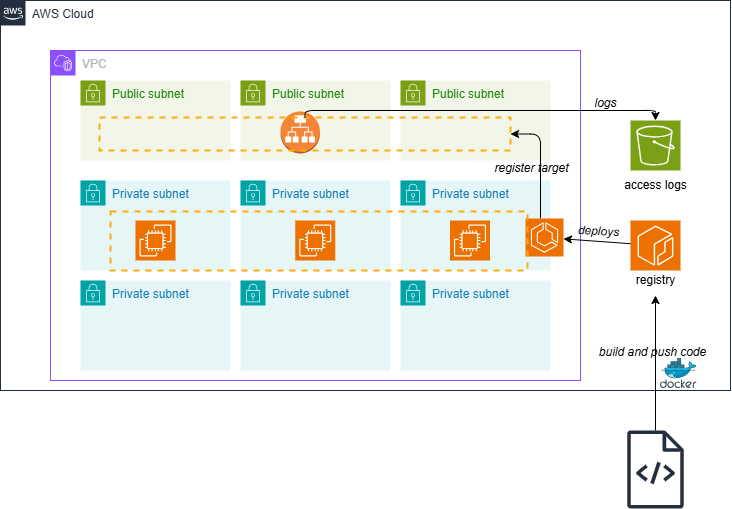
The draw.io diagram registry/app/webapp-on-ecs-asg/alb-ecs-network-service/.assets/archi.png in SamuelRoch08/interview-website, before a commit. Source tidied: cells renumbered, new cells last; positions are measured from the earlier drawing's top-left corner, leaving out a move shared by most shapes. The source it was exported from:
```xml
<mxGraphModel>
  <root>
    <mxCell id="0" />
    <mxCell id="1" parent="0" />
    <mxCell id="2" value="AWS Cloud" style="gradientColor=none;html=1;whiteSpace=wrap;fontSize=12;fontStyle=0;shape=mxgraph.aws4.group;grIcon=mxgraph.aws4.group_aws_cloud_alt;strokeColor=#232F3E;fillColor=none;verticalAlign=top;align=left;spacingLeft=30;fontColor=#232F3E;dashed=0;" parent="1" vertex="1">
      <mxGeometry width="730" height="390" as="geometry" />
    </mxCell>
    <mxCell id="3" value="VPC" style="gradientColor=none;html=1;whiteSpace=wrap;fontSize=12;fontStyle=0;shape=mxgraph.aws4.group;grIcon=mxgraph.aws4.group_vpc2;strokeColor=#8C4FFF;fillColor=none;verticalAlign=top;align=left;spacingLeft=30;fontColor=#AAB7B8;dashed=0;" parent="2" vertex="1">
      <mxGeometry x="50" y="50" width="530" height="330" as="geometry" />
    </mxCell>
    <mxCell id="4" value="Public subnet" style="gradientColor=none;html=1;whiteSpace=wrap;fontSize=12;fontStyle=0;shape=mxgraph.aws4.group;grIcon=mxgraph.aws4.group_security_group;grStroke=0;strokeColor=#7AA116;fillColor=#F2F6E8;verticalAlign=top;align=left;spacingLeft=30;fontColor=#248814;dashed=0;" parent="3" vertex="1">
      <mxGeometry x="30" y="30" width="150" height="80" as="geometry" />
    </mxCell>
    <mxCell id="5" value="Private subnet" style="gradientColor=none;html=1;whiteSpace=wrap;fontSize=12;fontStyle=0;shape=mxgraph.aws4.group;grIcon=mxgraph.aws4.group_security_group;grStroke=0;strokeColor=#00A4A6;fillColor=#E6F6F7;verticalAlign=top;align=left;spacingLeft=30;fontColor=#147EBA;dashed=0;" parent="3" vertex="1">
      <mxGeometry x="30" y="130" width="150" height="90" as="geometry" />
    </mxCell>
    <mxCell id="6" style="sketch=0;fontColor=#232F3E;fillColor=#ED7100;strokeColor=#ffffff;dashed=0;verticalLabelPosition=bottom;verticalAlign=top;align=center;html=1;fontSize=12;fontStyle=0;shape=mxgraph.aws4.resourceIcon;resIcon=mxgraph.aws4.ec2;" parent="5" vertex="1">
      <mxGeometry x="55" y="40" width="40" height="40" as="geometry" />
    </mxCell>
    <mxCell id="7" value="Private subnet" style="gradientColor=none;html=1;whiteSpace=wrap;fontSize=12;fontStyle=0;shape=mxgraph.aws4.group;grIcon=mxgraph.aws4.group_security_group;grStroke=0;strokeColor=#00A4A6;fillColor=#E6F6F7;verticalAlign=top;align=left;spacingLeft=30;fontColor=#147EBA;dashed=0;" parent="3" vertex="1">
      <mxGeometry x="30" y="230" width="150" height="90" as="geometry" />
    </mxCell>
    <mxCell id="8" value="Public subnet" style="gradientColor=none;html=1;whiteSpace=wrap;fontSize=12;fontStyle=0;shape=mxgraph.aws4.group;grIcon=mxgraph.aws4.group_security_group;grStroke=0;strokeColor=#7AA116;fillColor=#F2F6E8;verticalAlign=top;align=left;spacingLeft=30;fontColor=#248814;dashed=0;" parent="3" vertex="1">
      <mxGeometry x="190" y="30" width="150" height="80" as="geometry" />
    </mxCell>
    <mxCell id="9" value="Private subnet" style="gradientColor=none;html=1;whiteSpace=wrap;fontSize=12;fontStyle=0;shape=mxgraph.aws4.group;grIcon=mxgraph.aws4.group_security_group;grStroke=0;strokeColor=#00A4A6;fillColor=#E6F6F7;verticalAlign=top;align=left;spacingLeft=30;fontColor=#147EBA;dashed=0;" parent="3" vertex="1">
      <mxGeometry x="190" y="130" width="150" height="90" as="geometry" />
    </mxCell>
    <mxCell id="10" style="sketch=0;fontColor=#232F3E;fillColor=#ED7100;strokeColor=#ffffff;dashed=0;verticalLabelPosition=bottom;verticalAlign=top;align=center;html=1;fontSize=12;fontStyle=0;shape=mxgraph.aws4.resourceIcon;resIcon=mxgraph.aws4.ec2;" parent="9" vertex="1">
      <mxGeometry x="54.8" y="40" width="40" height="40" as="geometry" />
    </mxCell>
    <mxCell id="11" value="Private subnet" style="gradientColor=none;html=1;whiteSpace=wrap;fontSize=12;fontStyle=0;shape=mxgraph.aws4.group;grIcon=mxgraph.aws4.group_security_group;grStroke=0;strokeColor=#00A4A6;fillColor=#E6F6F7;verticalAlign=top;align=left;spacingLeft=30;fontColor=#147EBA;dashed=0;" parent="3" vertex="1">
      <mxGeometry x="190" y="230" width="150" height="90" as="geometry" />
    </mxCell>
    <mxCell id="12" value="Public subnet" style="gradientColor=none;html=1;whiteSpace=wrap;fontSize=12;fontStyle=0;shape=mxgraph.aws4.group;grIcon=mxgraph.aws4.group_security_group;grStroke=0;strokeColor=#7AA116;fillColor=#F2F6E8;verticalAlign=top;align=left;spacingLeft=30;fontColor=#248814;dashed=0;" parent="3" vertex="1">
      <mxGeometry x="350" y="30" width="150" height="80" as="geometry" />
    </mxCell>
    <mxCell id="13" value="Private subnet" style="gradientColor=none;html=1;whiteSpace=wrap;fontSize=12;fontStyle=0;shape=mxgraph.aws4.group;grIcon=mxgraph.aws4.group_security_group;grStroke=0;strokeColor=#00A4A6;fillColor=#E6F6F7;verticalAlign=top;align=left;spacingLeft=30;fontColor=#147EBA;dashed=0;" parent="3" vertex="1">
      <mxGeometry x="350" y="130" width="150" height="90" as="geometry" />
    </mxCell>
    <mxCell id="14" style="sketch=0;fontColor=#232F3E;fillColor=#ED7100;strokeColor=#ffffff;dashed=0;verticalLabelPosition=bottom;verticalAlign=top;align=center;html=1;fontSize=12;fontStyle=0;shape=mxgraph.aws4.resourceIcon;resIcon=mxgraph.aws4.ec2;" parent="13" vertex="1">
      <mxGeometry x="49.5" y="40" width="40" height="40" as="geometry" />
    </mxCell>
    <mxCell id="15" value="Private subnet" style="gradientColor=none;html=1;whiteSpace=wrap;fontSize=12;fontStyle=0;shape=mxgraph.aws4.group;grIcon=mxgraph.aws4.group_security_group;grStroke=0;strokeColor=#00A4A6;fillColor=#E6F6F7;verticalAlign=top;align=left;spacingLeft=30;fontColor=#147EBA;dashed=0;" parent="3" vertex="1">
      <mxGeometry x="350" y="230" width="150" height="90" as="geometry" />
    </mxCell>
    <mxCell id="16" style="sketch=0;points=[[0,0,0],[0.25,0,0],[0.5,0,0],[0.75,0,0],[1,0,0],[0,1,0],[0.25,1,0],[0.5,1,0],[0.75,1,0],[1,1,0],[0,0.25,0],[0,0.5,0],[0,0.75,0],[1,0.25,0],[1,0.5,0],[1,0.75,0]];outlineConnect=0;fontColor=#232F3E;fillColor=#7AA116;strokeColor=#ffffff;dashed=0;verticalLabelPosition=bottom;verticalAlign=top;align=center;html=1;fontSize=12;fontStyle=0;shape=mxgraph.aws4.resourceIcon;resIcon=mxgraph.aws4.s3;" parent="2" vertex="1">
      <mxGeometry x="630" y="120" width="50" height="50" as="geometry" />
    </mxCell>
    <mxCell id="17" value="access logs" style="text;html=1;align=center;verticalAlign=middle;strokeColor=none;fillColor=none;" parent="2" vertex="1">
      <mxGeometry x="610" y="170" width="90" height="30" as="geometry" />
    </mxCell>
    <mxCell id="18" style="sketch=0;points=[[0,0,0],[0.25,0,0],[0.5,0,0],[0.75,0,0],[1,0,0],[0,1,0],[0.25,1,0],[0.5,1,0],[0.75,1,0],[1,1,0],[0,0.25,0],[0,0.5,0],[0,0.75,0],[1,0.25,0],[1,0.5,0],[1,0.75,0]];outlineConnect=0;fontColor=#232F3E;fillColor=#ED7100;strokeColor=#ffffff;dashed=0;verticalLabelPosition=bottom;verticalAlign=top;align=center;html=1;fontSize=12;fontStyle=0;shape=mxgraph.aws4.resourceIcon;resIcon=mxgraph.aws4.ecr;" parent="2" vertex="1">
      <mxGeometry x="630" y="220" width="50" height="50" as="geometry" />
    </mxCell>
    <mxCell id="19" value="&lt;i&gt;logs&lt;/i&gt;" style="text;html=1;align=center;verticalAlign=middle;strokeColor=none;fillColor=none;" parent="2" vertex="1">
      <mxGeometry x="580" y="88" width="50" height="30" as="geometry" />
    </mxCell>
    <mxCell id="20" value="registry" style="text;html=1;align=center;verticalAlign=middle;points=[];strokeColor=none;fillColor=none;" parent="1" vertex="1">
      <mxGeometry x="625" y="265" width="60" height="30" as="geometry" />
    </mxCell>
    <mxCell id="21" value="&lt;i&gt;deploys&lt;/i&gt;" style="text;html=1;align=center;verticalAlign=middle;strokeColor=none;fillColor=none;rotation=3.1;" parent="1" vertex="1">
      <mxGeometry x="568" y="216" width="60" height="30" as="geometry" />
    </mxCell>
    <mxCell id="22" style="edgeStyle=orthogonalEdgeStyle;html=1;entryX=1;entryY=0.5;entryDx=0;entryDy=0;" parent="1" edge="1" source="23" target="26">
      <mxGeometry relative="1" as="geometry">
        <Array as="points">
          <mxPoint x="540" y="134" />
        </Array>
      </mxGeometry>
    </mxCell>
    <mxCell id="23" style="sketch=0;points=[[0,0,0],[0.25,0,0],[0.5,0,0],[0.75,0,0],[1,0,0],[0,1,0],[0.25,1,0],[0.5,1,0],[0.75,1,0],[1,1,0],[0,0.25,0],[0,0.5,0],[0,0.75,0],[1,0.25,0],[1,0.5,0],[1,0.75,0]];outlineConnect=0;fontColor=#232F3E;fillColor=#ED7100;strokeColor=#ffffff;dashed=0;verticalLabelPosition=bottom;verticalAlign=top;align=center;html=1;fontSize=12;fontStyle=0;shape=mxgraph.aws4.resourceIcon;resIcon=mxgraph.aws4.ecs;" parent="1" vertex="1">
      <mxGeometry x="525" y="218" width="38" height="38" as="geometry" />
    </mxCell>
    <mxCell id="24" style="edgeStyle=none;html=1;" parent="1" edge="1" source="18" target="23">
      <mxGeometry relative="1" as="geometry" />
    </mxCell>
    <mxCell id="25" style="dashed=0;verticalLabelPosition=bottom;verticalAlign=top;align=center;html=1;shape=mxgraph.aws3.application_load_balancer;fillColor=#F58536;gradientColor=none;" parent="1" vertex="1">
      <mxGeometry x="280" y="111" width="39.5" height="42" as="geometry" />
    </mxCell>
    <mxCell id="26" style="rounded=1;whiteSpace=wrap;html=1;fillColor=none;dashed=1;strokeColor=#FFAB0A;strokeWidth=2;arcSize=0;" parent="1" vertex="1">
      <mxGeometry x="99" y="117" width="411" height="33" as="geometry" />
    </mxCell>
    <mxCell id="27" style="rounded=1;whiteSpace=wrap;html=1;fillColor=none;dashed=1;strokeColor=#FFAB0A;strokeWidth=2;arcSize=0;" parent="1" vertex="1">
      <mxGeometry x="110" y="211" width="417" height="59" as="geometry" />
    </mxCell>
    <mxCell id="28" value="&lt;i&gt;register target&lt;/i&gt;" style="text;html=1;align=center;verticalAlign=middle;strokeColor=none;fillColor=none;" parent="1" vertex="1">
      <mxGeometry x="481" y="153" width="100" height="30" as="geometry" />
    </mxCell>
    <mxCell id="29" style="edgeStyle=orthogonalEdgeStyle;html=1;entryX=0.5;entryY=0;entryDx=0;entryDy=0;entryPerimeter=0;" parent="1" edge="1" source="26" target="16">
      <mxGeometry relative="1" as="geometry">
        <Array as="points">
          <mxPoint x="305" y="110" />
          <mxPoint x="655" y="110" />
        </Array>
      </mxGeometry>
    </mxCell>
    <mxCell id="30" style="image;sketch=0;html=1;align=center;fontSize=12;image=img/lib/mscae/Docker.svg;" parent="1" vertex="1">
      <mxGeometry x="660" y="358" width="36.6" height="30" as="geometry" />
    </mxCell>
    <mxCell id="31" style="edgeStyle=none;html=1;" parent="1" edge="1" source="32" target="20">
      <mxGeometry relative="1" as="geometry" />
    </mxCell>
    <mxCell id="32" style="sketch=0;outlineConnect=0;fontColor=#232F3E;gradientColor=none;fillColor=#232F3D;strokeColor=none;dashed=0;verticalLabelPosition=bottom;verticalAlign=top;align=center;html=1;fontSize=12;fontStyle=0;shape=mxgraph.aws4.source_code;" parent="1" vertex="1">
      <mxGeometry x="626.5" y="430" width="57" height="78" as="geometry" />
    </mxCell>
    <mxCell id="33" value="&lt;i&gt;build and push code&lt;/i&gt;" style="text;html=1;align=center;verticalAlign=middle;strokeColor=none;fillColor=none;" parent="1" vertex="1">
      <mxGeometry x="587" y="337" width="130" height="30" as="geometry" />
    </mxCell>
  </root>
</mxGraphModel>
```
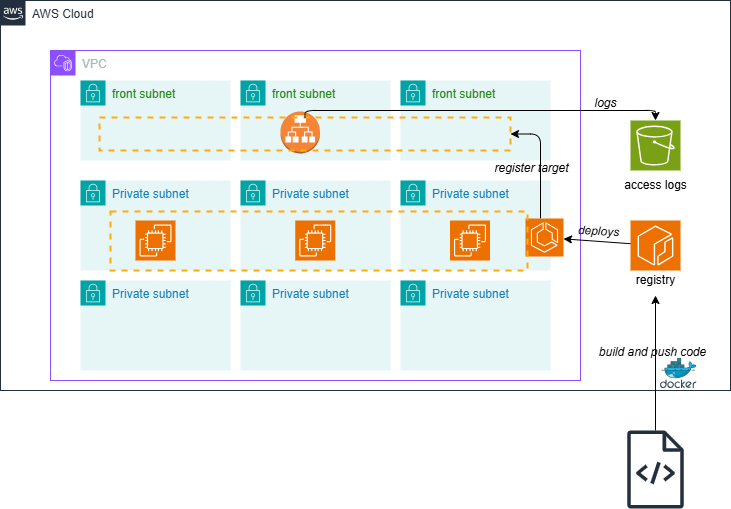
Later version of the same file.

Diff of the diagram source:
```diff
@@ -8,7 +8,7 @@
     <mxCell id="3" value="VPC" style="gradientColor=none;html=1;whiteSpace=wrap;fontSize=12;fontStyle=0;shape=mxgraph.aws4.group;grIcon=mxgraph.aws4.group_vpc2;strokeColor=#8C4FFF;fillColor=none;verticalAlign=top;align=left;spacingLeft=30;fontColor=#AAB7B8;dashed=0;" parent="2" vertex="1">
       <mxGeometry x="50" y="50" width="530" height="330" as="geometry" />
     </mxCell>
-    <mxCell id="4" value="Public subnet" style="gradientColor=none;html=1;whiteSpace=wrap;fontSize=12;fontStyle=0;shape=mxgraph.aws4.group;grIcon=mxgraph.aws4.group_security_group;grStroke=0;strokeColor=#7AA116;fillColor=#F2F6E8;verticalAlign=top;align=left;spacingLeft=30;fontColor=#248814;dashed=0;" parent="3" vertex="1">
+    <mxCell id="4" value="front subnet" style="gradientColor=none;html=1;whiteSpace=wrap;fontSize=12;fontStyle=0;shape=mxgraph.aws4.group;grIcon=mxgraph.aws4.group_security_group;grStroke=0;strokeColor=#00A4A6;fillColor=#E6F6F7;verticalAlign=top;align=left;spacingLeft=30;fontColor=#248814;dashed=0;" parent="3" vertex="1">
       <mxGeometry x="30" y="30" width="150" height="80" as="geometry" />
     </mxCell>
     <mxCell id="5" value="Private subnet" style="gradientColor=none;html=1;whiteSpace=wrap;fontSize=12;fontStyle=0;shape=mxgraph.aws4.group;grIcon=mxgraph.aws4.group_security_group;grStroke=0;strokeColor=#00A4A6;fillColor=#E6F6F7;verticalAlign=top;align=left;spacingLeft=30;fontColor=#147EBA;dashed=0;" parent="3" vertex="1">
@@ -20,7 +20,7 @@
     <mxCell id="7" value="Private subnet" style="gradientColor=none;html=1;whiteSpace=wrap;fontSize=12;fontStyle=0;shape=mxgraph.aws4.group;grIcon=mxgraph.aws4.group_security_group;grStroke=0;strokeColor=#00A4A6;fillColor=#E6F6F7;verticalAlign=top;align=left;spacingLeft=30;fontColor=#147EBA;dashed=0;" parent="3" vertex="1">
       <mxGeometry x="30" y="230" width="150" height="90" as="geometry" />
     </mxCell>
-    <mxCell id="8" value="Public subnet" style="gradientColor=none;html=1;whiteSpace=wrap;fontSize=12;fontStyle=0;shape=mxgraph.aws4.group;grIcon=mxgraph.aws4.group_security_group;grStroke=0;strokeColor=#7AA116;fillColor=#F2F6E8;verticalAlign=top;align=left;spacingLeft=30;fontColor=#248814;dashed=0;" parent="3" vertex="1">
+    <mxCell id="8" value="front subnet" style="gradientColor=none;html=1;whiteSpace=wrap;fontSize=12;fontStyle=0;shape=mxgraph.aws4.group;grIcon=mxgraph.aws4.group_security_group;grStroke=0;strokeColor=#00A4A6;fillColor=#E6F6F7;verticalAlign=top;align=left;spacingLeft=30;fontColor=#248814;dashed=0;" parent="3" vertex="1">
       <mxGeometry x="190" y="30" width="150" height="80" as="geometry" />
     </mxCell>
     <mxCell id="9" value="Private subnet" style="gradientColor=none;html=1;whiteSpace=wrap;fontSize=12;fontStyle=0;shape=mxgraph.aws4.group;grIcon=mxgraph.aws4.group_security_group;grStroke=0;strokeColor=#00A4A6;fillColor=#E6F6F7;verticalAlign=top;align=left;spacingLeft=30;fontColor=#147EBA;dashed=0;" parent="3" vertex="1">
@@ -32,7 +32,7 @@
     <mxCell id="11" value="Private subnet" style="gradientColor=none;html=1;whiteSpace=wrap;fontSize=12;fontStyle=0;shape=mxgraph.aws4.group;grIcon=mxgraph.aws4.group_security_group;grStroke=0;strokeColor=#00A4A6;fillColor=#E6F6F7;verticalAlign=top;align=left;spacingLeft=30;fontColor=#147EBA;dashed=0;" parent="3" vertex="1">
       <mxGeometry x="190" y="230" width="150" height="90" as="geometry" />
     </mxCell>
-    <mxCell id="12" value="Public subnet" style="gradientColor=none;html=1;whiteSpace=wrap;fontSize=12;fontStyle=0;shape=mxgraph.aws4.group;grIcon=mxgraph.aws4.group_security_group;grStroke=0;strokeColor=#7AA116;fillColor=#F2F6E8;verticalAlign=top;align=left;spacingLeft=30;fontColor=#248814;dashed=0;" parent="3" vertex="1">
+    <mxCell id="12" value="front subnet" style="gradientColor=none;html=1;whiteSpace=wrap;fontSize=12;fontStyle=0;shape=mxgraph.aws4.group;grIcon=mxgraph.aws4.group_security_group;grStroke=0;strokeColor=#00A4A6;fillColor=#E6F6F7;verticalAlign=top;align=left;spacingLeft=30;fontColor=#248814;dashed=0;" parent="3" vertex="1">
       <mxGeometry x="350" y="30" width="150" height="80" as="geometry" />
     </mxCell>
     <mxCell id="13" value="Private subnet" style="gradientColor=none;html=1;whiteSpace=wrap;fontSize=12;fontStyle=0;shape=mxgraph.aws4.group;grIcon=mxgraph.aws4.group_security_group;grStroke=0;strokeColor=#00A4A6;fillColor=#E6F6F7;verticalAlign=top;align=left;spacingLeft=30;fontColor=#147EBA;dashed=0;" parent="3" vertex="1">
```
